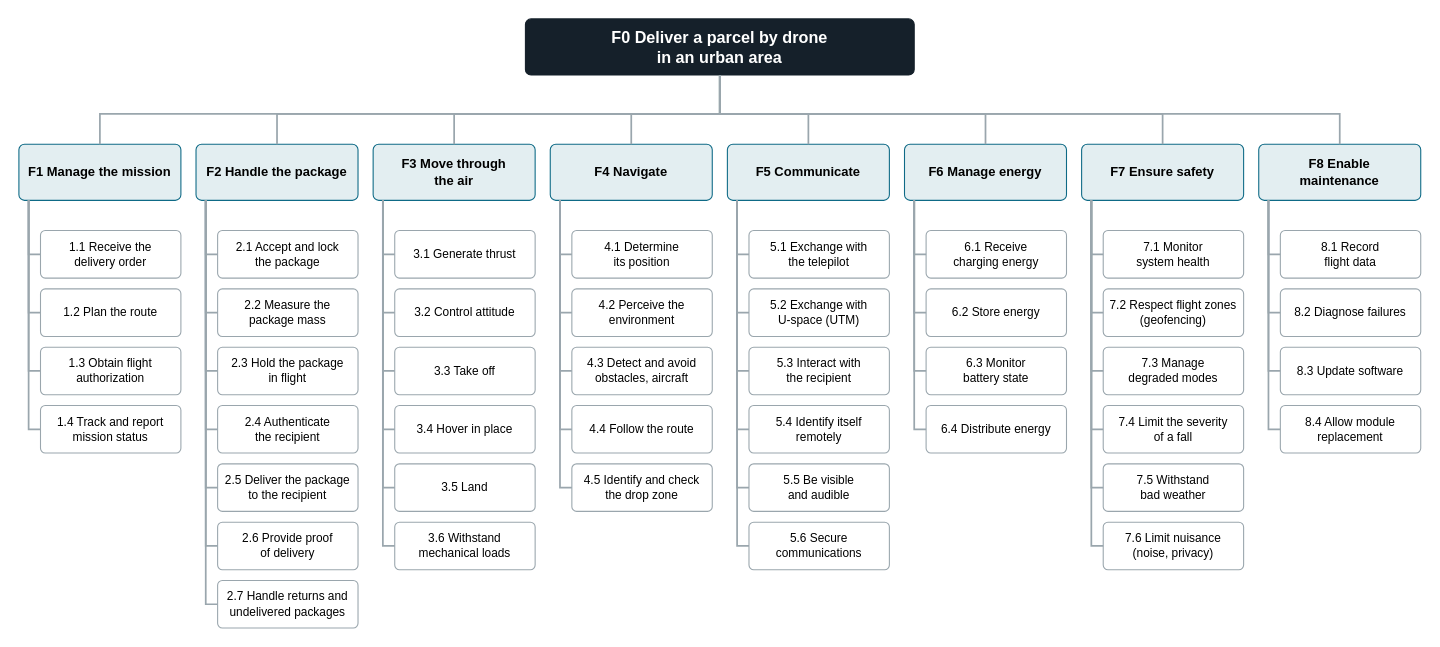
gasp292/empty keeps this draw.io diagram as page "Functional breakdown structure" (5 of 6) of livrables/drone_mbse.drawio. Above is the earlier version. Source tidied: cells renumbered, new cells numbered last; positions are measured from the earlier drawing's top-left corner, leaving out a move shared by most shapes. Both pictures are drawn from the tidied source at 108%, with x=0, y=0 at pixel (18, 18).
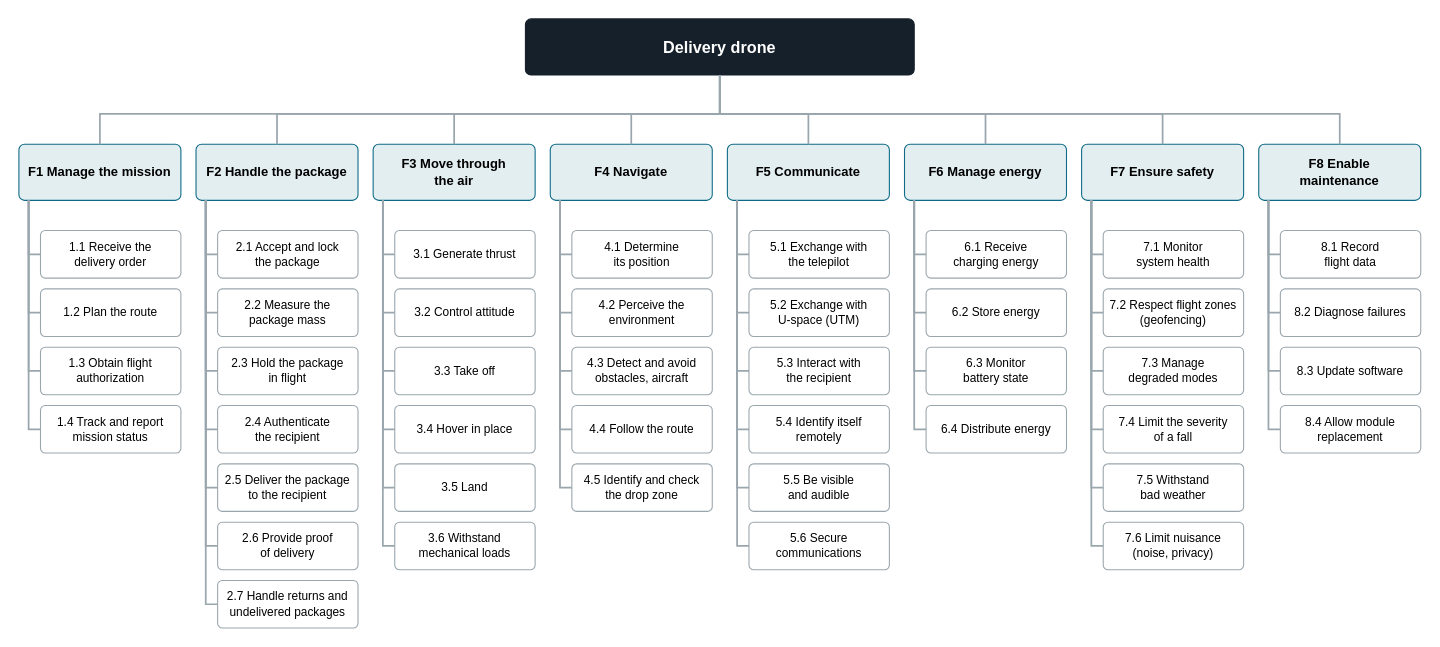
Above is the later version.

The edit, as a diff of the source:
```diff
@@
-    <mxCell id="2" value="F0  Deliver a parcel by drone&lt;br&gt;in an urban area" style="rounded=1;arcSize=10;fillColor=#15202A;strokeColor=#15202A;fontColor=#FFFFFF;fontSize=15;fontStyle=1;html=1;whiteSpace=wrap;" parent="1" vertex="1">
+    <mxCell id="2" value="Delivery drone" style="rounded=1;arcSize=10;fillColor=#15202A;strokeColor=#15202A;fontColor=#FFFFFF;fontSize=15;fontStyle=1;html=1;whiteSpace=wrap;" parent="1" vertex="1">
       <mxGeometry x="469" width="360" height="52" as="geometry" />
     </mxCell>
```
